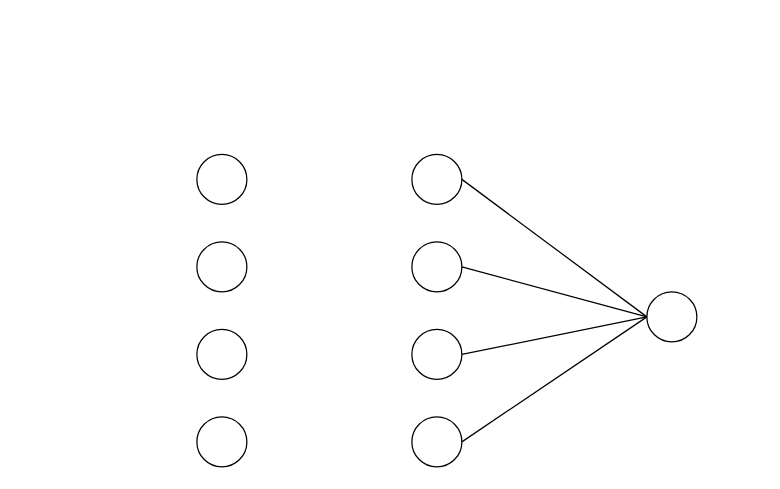
The draw.io diagram Untitled Diagram.drawio in cce-iisc-ml-2020/ann, before the edit. Source tidied: cells renumbered, new cells numbered last; positions are measured from the earlier drawing's top-left corner, leaving out a move shared by most shapes. Both pictures are drawn from the tidied source at 125%, with x=0, y=0 at pixel (196, 154).
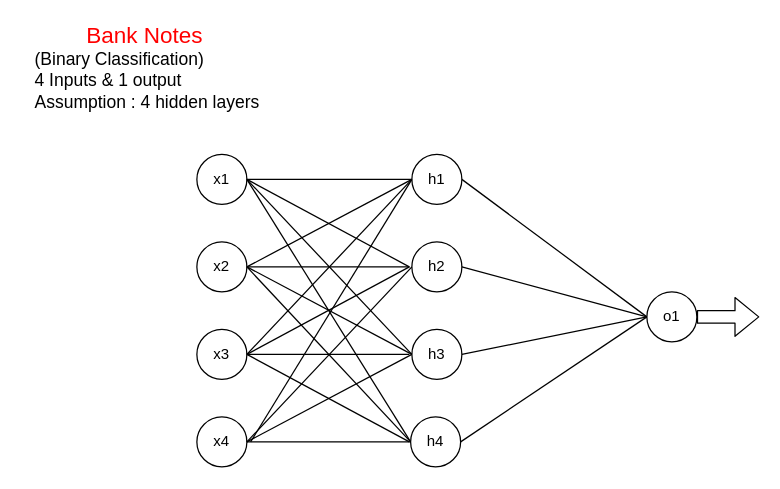
The same diagram, later.

The edit, as a diff of the source:
```diff
@@
-    <mxCell id="2" style="ellipse;whiteSpace=wrap;html=1;" parent="1" vertex="1">
+    <mxCell id="2" value="h1" style="ellipse;whiteSpace=wrap;html=1;" parent="1" vertex="1">
       <mxGeometry x="172" width="40" height="40" as="geometry" />
     </mxCell>
-    <mxCell id="3" style="ellipse;whiteSpace=wrap;html=1;" parent="1" vertex="1">
+    <mxCell id="3" value="h3" style="ellipse;whiteSpace=wrap;html=1;" parent="1" vertex="1">
       <mxGeometry x="172" y="140" width="40" height="40" as="geometry" />
     </mxCell>
-    <mxCell id="4" style="ellipse;whiteSpace=wrap;html=1;" parent="1" vertex="1">
-      <mxGeometry x="172" y="210" width="40" height="40" as="geometry" />
+    <mxCell id="4" value="h4" style="ellipse;whiteSpace=wrap;html=1;" parent="1" vertex="1">
+      <mxGeometry x="171" y="210" width="40" height="40" as="geometry" />
     </mxCell>
-    <mxCell id="5" style="ellipse;whiteSpace=wrap;html=1;" parent="1" vertex="1">
+    <mxCell id="5" value="h2" style="ellipse;whiteSpace=wrap;html=1;" parent="1" vertex="1">
       <mxGeometry x="172" y="70" width="40" height="40" as="geometry" />
     </mxCell>
-    <mxCell id="6" style="ellipse;whiteSpace=wrap;html=1;" parent="1" vertex="1">
+    <mxCell id="6" value="o1" style="ellipse;whiteSpace=wrap;html=1;" parent="1" vertex="1">
       <mxGeometry x="360" y="110" width="40" height="40" as="geometry" />
     </mxCell>
-    <mxCell id="7" style="ellipse;whiteSpace=wrap;html=1;" parent="1" vertex="1">
+    <mxCell id="7" value="x1" style="ellipse;whiteSpace=wrap;html=1;" parent="1" vertex="1">
       <mxGeometry width="40" height="40" as="geometry" />
     </mxCell>
-    <mxCell id="8" style="ellipse;whiteSpace=wrap;html=1;" parent="1" vertex="1">
+    <mxCell id="8" value="x3" style="ellipse;whiteSpace=wrap;html=1;" parent="1" vertex="1">
       <mxGeometry y="140" width="40" height="40" as="geometry" />
     </mxCell>
-    <mxCell id="9" style="ellipse;whiteSpace=wrap;html=1;" parent="1" vertex="1">
+    <mxCell id="9" value="x4" style="ellipse;whiteSpace=wrap;html=1;" parent="1" vertex="1">
       <mxGeometry y="210" width="40" height="40" as="geometry" />
     </mxCell>
-    <mxCell id="10" style="ellipse;whiteSpace=wrap;html=1;" parent="1" vertex="1">
+    <mxCell id="10" value="x2" style="ellipse;whiteSpace=wrap;html=1;" parent="1" vertex="1">
       <mxGeometry y="70" width="40" height="40" as="geometry" />
     </mxCell>
@@
+    <mxCell id="15" value="&lt;div&gt;&lt;font color=&quot;#ff0000&quot;&gt;&lt;font style=&quot;font-size: 18px&quot;&gt;Bank Notes&lt;/font&gt;&lt;span style=&quot;font-size: 14px&quot;&gt;&amp;nbsp;&lt;/span&gt;&lt;/font&gt;&lt;/div&gt;&lt;font&gt;&lt;div style=&quot;font-size: 14px ; text-align: left&quot;&gt;&lt;span&gt;(Binary Classification)&lt;/span&gt;&lt;/div&gt;&lt;div style=&quot;font-size: 14px ; text-align: left&quot;&gt;&lt;span&gt;4 Inputs &amp;amp; 1 output&lt;/span&gt;&lt;/div&gt;&lt;div style=&quot;text-align: left&quot;&gt;&lt;span style=&quot;font-size: 14px&quot;&gt;Assumption&amp;nbsp;&lt;/span&gt;&lt;span style=&quot;font-size: 14px&quot;&gt;: 4 hidden layers&lt;/span&gt;&lt;/div&gt;&lt;/font&gt;" style="text;html=1;align=center;verticalAlign=middle;" parent="1" vertex="1">
+      <mxGeometry x="-140" y="-100" width="200" height="60" as="geometry" />
+    </mxCell>
+    <mxCell id="16" style="endArrow=none;html=1;exitX=1;exitY=0.5;exitDx=0;exitDy=0;" parent="1" edge="1" source="7">
+      <mxGeometry relative="1" as="geometry">
+        <mxPoint x="170" y="90" as="targetPoint" />
+      </mxGeometry>
+    </mxCell>
+    <mxCell id="17" style="endArrow=none;html=1;exitX=1;exitY=0.5;exitDx=0;exitDy=0;" parent="1" edge="1" source="7" target="2">
+      <mxGeometry relative="1" as="geometry" />
+    </mxCell>
+    <mxCell id="18" style="endArrow=none;html=1;exitX=1;exitY=0.5;exitDx=0;exitDy=0;entryX=0;entryY=0.5;entryDx=0;entryDy=0;" parent="1" edge="1" source="7" target="3">
+      <mxGeometry relative="1" as="geometry" />
+    </mxCell>
+    <mxCell id="19" style="endArrow=none;html=1;exitX=1;exitY=0.5;exitDx=0;exitDy=0;entryX=0;entryY=0.5;entryDx=0;entryDy=0;" parent="1" edge="1" source="7" target="4">
+      <mxGeometry relative="1" as="geometry" />
+    </mxCell>
+    <mxCell id="20" style="endArrow=none;html=1;exitX=1;exitY=0.5;exitDx=0;exitDy=0;" parent="1" edge="1" source="10">
+      <mxGeometry relative="1" as="geometry">
+        <mxPoint x="170" y="90" as="targetPoint" />
+      </mxGeometry>
+    </mxCell>
+    <mxCell id="21" style="endArrow=none;html=1;entryX=0;entryY=0.5;entryDx=0;entryDy=0;" parent="1" edge="1" target="2">
+      <mxGeometry relative="1" as="geometry">
+        <mxPoint x="40" y="90" as="sourcePoint" />
+      </mxGeometry>
+    </mxCell>
+    <mxCell id="22" style="endArrow=none;html=1;entryX=0;entryY=0.5;entryDx=0;entryDy=0;" parent="1" edge="1" target="3">
+      <mxGeometry relative="1" as="geometry">
+        <mxPoint x="40" y="90" as="sourcePoint" />
+      </mxGeometry>
+    </mxCell>
+    <mxCell id="23" style="endArrow=none;html=1;exitX=1;exitY=0.5;exitDx=0;exitDy=0;entryX=0;entryY=0.5;entryDx=0;entryDy=0;" parent="1" edge="1" source="10" target="4">
+      <mxGeometry relative="1" as="geometry" />
+    </mxCell>
+    <mxCell id="24" style="endArrow=none;html=1;exitX=1;exitY=0.5;exitDx=0;exitDy=0;" parent="1" edge="1" source="8">
+      <mxGeometry relative="1" as="geometry">
+        <mxPoint x="170" y="90" as="targetPoint" />
+      </mxGeometry>
+    </mxCell>
+    <mxCell id="25" style="endArrow=none;html=1;exitX=1;exitY=0.5;exitDx=0;exitDy=0;entryX=0;entryY=0.5;entryDx=0;entryDy=0;" parent="1" edge="1" source="8" target="2">
+      <mxGeometry relative="1" as="geometry" />
+    </mxCell>
+    <mxCell id="26" style="endArrow=none;html=1;exitX=1;exitY=0.5;exitDx=0;exitDy=0;" parent="1" edge="1" source="8">
+      <mxGeometry relative="1" as="geometry">
+        <mxPoint x="170" y="160" as="targetPoint" />
+      </mxGeometry>
+    </mxCell>
+    <mxCell id="27" style="endArrow=none;html=1;exitX=1;exitY=0.5;exitDx=0;exitDy=0;" parent="1" edge="1" source="8">
+      <mxGeometry relative="1" as="geometry">
+        <mxPoint x="170" y="230" as="targetPoint" />
+      </mxGeometry>
+    </mxCell>
+    <mxCell id="28" style="endArrow=none;html=1;entryX=0;entryY=0.5;entryDx=0;entryDy=0;" parent="1" edge="1" target="5">
+      <mxGeometry relative="1" as="geometry">
+        <mxPoint x="40" y="230" as="sourcePoint" />
+      </mxGeometry>
+    </mxCell>
+    <mxCell id="29" style="endArrow=none;html=1;entryX=0;entryY=0.5;entryDx=0;entryDy=0;" parent="1" edge="1" target="2">
+      <mxGeometry relative="1" as="geometry">
+        <mxPoint x="43" y="230" as="sourcePoint" />
+      </mxGeometry>
+    </mxCell>
+    <mxCell id="30" style="endArrow=none;html=1;exitX=1;exitY=0.5;exitDx=0;exitDy=0;entryX=0;entryY=0.5;entryDx=0;entryDy=0;" parent="1" edge="1" source="9" target="3">
+      <mxGeometry relative="1" as="geometry" />
+    </mxCell>
+    <mxCell id="31" style="endArrow=none;html=1;exitX=1;exitY=0.5;exitDx=0;exitDy=0;entryX=0;entryY=0.5;entryDx=0;entryDy=0;" parent="1" edge="1" source="9" target="4">
+      <mxGeometry relative="1" as="geometry" />
+    </mxCell>
+    <mxCell id="32" style="shape=flexArrow;endArrow=classic;html=1;exitX=1;exitY=0.5;exitDx=0;exitDy=0;" parent="1" edge="1" source="6">
+      <mxGeometry relative="1" as="geometry">
+        <mxPoint x="450" y="130" as="targetPoint" />
+      </mxGeometry>
+    </mxCell>
```
